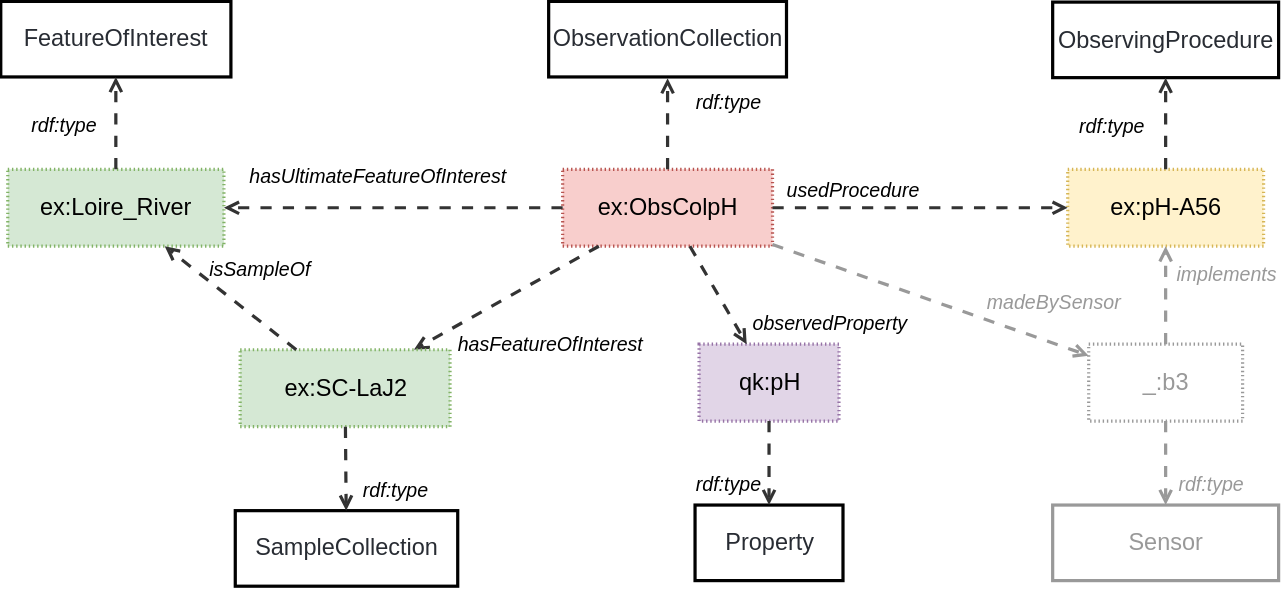
The draw.io diagram ssn/images/PlannedObservationCollection.svg in w3c/sdw-sosa-ssn, before a commit. Source tidied: cells renumbered, new cells last; positions are measured from the earlier drawing's top-left corner, leaving out a move shared by most shapes.
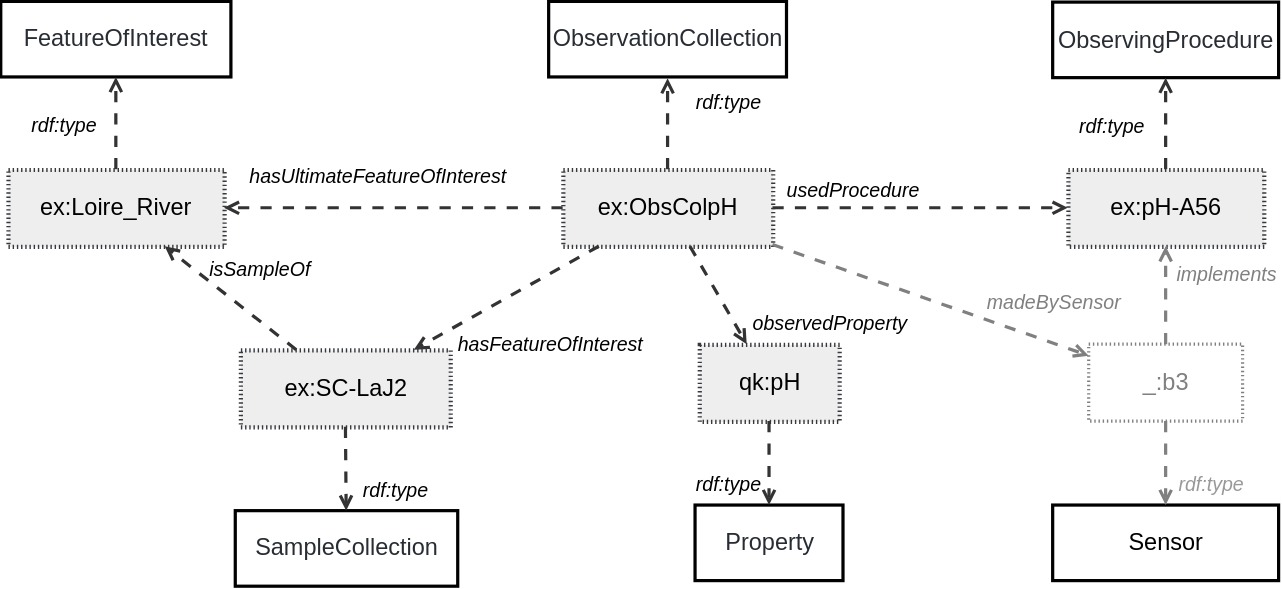
After the change.

The edit, as a diff of the source:
```diff
@@ -2,7 +2,7 @@
   <root>
     <mxCell id="0" />
     <mxCell id="1" parent="0" />
-    <mxCell id="2" value="ex:ObsColpH" style="html=1;overflow=block;blockSpacing=1;whiteSpace=wrap;fontSize=16.8;align=center;spacing=0;strokeOpacity=100;fillColor=#f8cecc;dashed=1;fixDash=1;dashPattern=1 2;strokeWidth=2.3;strokeColor=#b85450;" parent="1" vertex="1">
+    <mxCell id="2" value="ex:ObsColpH" style="html=1;overflow=block;blockSpacing=1;whiteSpace=wrap;fontSize=16.8;align=center;spacing=0;strokeOpacity=100;fillColor=#eeeeee;dashed=1;fixDash=1;dashPattern=1 2;strokeWidth=3;strokeColor=#36393d;" parent="1" vertex="1">
       <mxGeometry x="402" y="120" width="150" height="55" as="geometry" />
     </mxCell>
     <mxCell id="3" value="ObservationCollection" style="html=1;overflow=block;blockSpacing=1;whiteSpace=wrap;fontSize=16.8;fontColor=#282c33;align=center;spacing=0;strokeOpacity=100;fillColor=none;strokeWidth=2.3;" parent="1" vertex="1">
@@ -14,7 +14,7 @@
     <mxCell id="5" value="rdf:type" style="html=1;overflow=block;blockSpacing=1;whiteSpace=wrap;fontSize=14;fontStyle=2;align=center;spacing=0;strokeColor=none;strokeOpacity=100;fillOpacity=100;fillColor=none;strokeWidth=2.3;lucidId=ZyNQdXScJ7d8;" parent="1" vertex="1">
       <mxGeometry x="483" y="57" width="75" height="30" as="geometry" />
     </mxCell>
-    <mxCell id="6" value="ex:Loire_River" style="html=1;overflow=block;blockSpacing=1;whiteSpace=wrap;fontSize=16.8;align=center;spacing=0;strokeOpacity=100;fillColor=#d5e8d4;dashed=1;fixDash=1;dashPattern=1 2;strokeWidth=2.3;strokeColor=#82b366;" parent="1" vertex="1">
+    <mxCell id="6" value="ex:Loire_River" style="html=1;overflow=block;blockSpacing=1;whiteSpace=wrap;fontSize=16.8;align=center;spacing=0;strokeOpacity=100;fillColor=#eeeeee;dashed=1;fixDash=1;dashPattern=1 2;strokeWidth=3;strokeColor=#36393d;" parent="1" vertex="1">
       <mxGeometry x="5.4" y="120" width="154.5" height="55" as="geometry" />
     </mxCell>
     <mxCell id="7" style="html=1;jettySize=18;whiteSpace=wrap;fontSize=13;strokeColor=#333333;strokeOpacity=100;dashed=1;fixDash=1;dashPattern=8 8;strokeWidth=2.3;rounded=0;arcSize=24;startArrow=none;endArrow=open;lucidId=a.MQUB3mGXbf;exitX=0;exitY=0.5;exitDx=0;exitDy=0;" parent="1" edge="1" source="2" target="6">
@@ -41,7 +41,7 @@
     <mxCell id="14" value="hasFeatureOfInterest" style="html=1;overflow=block;blockSpacing=1;whiteSpace=wrap;fontSize=14;fontStyle=2;align=center;spacing=0;strokeColor=none;strokeOpacity=100;fillOpacity=100;fillColor=none;strokeWidth=2.3;lucidId=a.MQIzYVmevB;" parent="1" vertex="1">
       <mxGeometry x="327" y="230" width="75" height="30" as="geometry" />
     </mxCell>
-    <mxCell id="15" value="ex:pH-A56" style="html=1;overflow=block;blockSpacing=1;whiteSpace=wrap;fontSize=16.8;align=center;spacing=0;strokeOpacity=100;fillColor=#fff2cc;dashed=1;fixDash=1;dashPattern=1 2;strokeWidth=2.3;strokeColor=#d6b656;" parent="1" vertex="1">
+    <mxCell id="15" value="ex:pH-A56" style="html=1;overflow=block;blockSpacing=1;whiteSpace=wrap;fontSize=16.8;align=center;spacing=0;strokeOpacity=100;fillColor=#eeeeee;dashed=1;fixDash=1;dashPattern=1 2;strokeWidth=3;strokeColor=#36393d;" parent="1" vertex="1">
       <mxGeometry x="763" y="120" width="140" height="55" as="geometry" />
     </mxCell>
     <mxCell id="16" value="ObservingProcedure" style="html=1;overflow=block;blockSpacing=1;whiteSpace=wrap;fontSize=16.8;fontColor=#282c33;align=center;spacing=0;strokeOpacity=100;fillColor=none;strokeWidth=2.3;" parent="1" vertex="1">
@@ -56,7 +56,7 @@
     <mxCell id="19" value="usedProcedure" style="html=1;overflow=block;blockSpacing=1;whiteSpace=wrap;fontSize=14;fontStyle=2;align=center;spacing=0;strokeColor=none;strokeOpacity=100;fillOpacity=100;fillColor=none;strokeWidth=2.3;lucidId=ZyNQdXScJ7d8;" parent="1" vertex="1">
       <mxGeometry x="562" y="120" width="75" height="30" as="geometry" />
     </mxCell>
-    <mxCell id="20" value="ex:SC-LaJ2" style="html=1;overflow=block;blockSpacing=1;whiteSpace=wrap;fontSize=16.8;align=center;spacing=0;strokeOpacity=100;fillColor=#d5e8d4;dashed=1;fixDash=1;dashPattern=1 2;strokeWidth=2.3;strokeColor=#82b366;" parent="1" vertex="1">
+    <mxCell id="20" value="ex:SC-LaJ2" style="html=1;overflow=block;blockSpacing=1;whiteSpace=wrap;fontSize=16.8;align=center;spacing=0;strokeOpacity=100;fillColor=#eeeeee;dashed=1;fixDash=1;dashPattern=1 2;strokeWidth=3;strokeColor=#36393d;" parent="1" vertex="1">
       <mxGeometry x="171.5" y="249" width="150" height="55" as="geometry" />
     </mxCell>
     <mxCell id="21" value="SampleCollection" style="html=1;overflow=block;blockSpacing=1;whiteSpace=wrap;fontSize=16.8;fontColor=#282c33;align=center;spacing=0;strokeOpacity=100;fillColor=none;strokeWidth=2.3;" parent="1" vertex="1">
@@ -77,7 +77,7 @@
     <mxCell id="26" value="rdf:type" style="html=1;overflow=block;blockSpacing=1;whiteSpace=wrap;fontSize=14;fontStyle=2;align=center;spacing=0;strokeColor=none;strokeOpacity=100;fillOpacity=100;fillColor=none;strokeWidth=2.3;lucidId=ZyNQdXScJ7d8;" parent="1" vertex="1">
       <mxGeometry x="483" y="330" width="75" height="30" as="geometry" />
     </mxCell>
-    <mxCell id="27" value="qk:pH" style="html=1;overflow=block;blockSpacing=1;whiteSpace=wrap;fontSize=16.8;align=center;spacing=0;strokeOpacity=100;fillColor=#e1d5e7;dashed=1;fixDash=1;dashPattern=1 2;strokeWidth=2.3;strokeColor=#9673a6;" parent="1" vertex="1">
+    <mxCell id="27" value="qk:pH" style="html=1;overflow=block;blockSpacing=1;whiteSpace=wrap;fontSize=16.8;align=center;spacing=0;strokeOpacity=100;fillColor=#eeeeee;dashed=1;fixDash=1;dashPattern=1 2;strokeWidth=3;strokeColor=#36393d;" parent="1" vertex="1">
       <mxGeometry x="499.5" y="245" width="100" height="55" as="geometry" />
     </mxCell>
     <mxCell id="28" value="Property" style="html=1;overflow=block;blockSpacing=1;whiteSpace=wrap;fontSize=16.8;fontColor=#282c33;align=center;spacing=0;strokeOpacity=100;fillColor=none;strokeWidth=2.3;" parent="1" vertex="1">
@@ -95,25 +95,25 @@
     <mxCell id="32" value="rdf:type" style="html=1;overflow=block;blockSpacing=1;whiteSpace=wrap;fontSize=14;fontStyle=2;align=center;spacing=0;strokeColor=none;strokeOpacity=100;fillOpacity=100;fillColor=none;strokeWidth=2.3;lucidId=ZyNQdXScJ7d8;fontColor=#999999;" parent="1" vertex="1">
       <mxGeometry x="828" y="330" width="75" height="30" as="geometry" />
     </mxCell>
-    <mxCell id="33" value="_:b3" style="html=1;overflow=block;blockSpacing=1;whiteSpace=wrap;fontSize=16.8;align=center;spacing=0;strokeOpacity=100;fillColor=none;dashed=1;fixDash=1;dashPattern=1 2;strokeWidth=2.3;strokeColor=#999999;fontColor=#999999;" parent="1" vertex="1">
+    <mxCell id="33" value="_:b3" style="html=1;overflow=block;blockSpacing=1;whiteSpace=wrap;fontSize=16.8;align=center;spacing=0;strokeOpacity=100;fillColor=none;dashed=1;fixDash=1;dashPattern=1 2;strokeWidth=2.3;strokeColor=#808080;fontColor=#808080;" parent="1" vertex="1">
       <mxGeometry x="778" y="245" width="110" height="55" as="geometry" />
     </mxCell>
-    <mxCell id="34" value="Sensor" style="html=1;overflow=block;blockSpacing=1;whiteSpace=wrap;fontSize=16.8;fontColor=#999999;align=center;spacing=0;strokeOpacity=100;fillColor=none;strokeWidth=2.3;strokeColor=#999999;" parent="1" vertex="1">
+    <mxCell id="34" value="Sensor" style="html=1;overflow=block;blockSpacing=1;whiteSpace=wrap;fontSize=16.8;fontColor=#000000;align=center;spacing=0;strokeOpacity=100;fillColor=none;strokeWidth=2.3;strokeColor=#000000;" parent="1" vertex="1">
       <mxGeometry x="752.2" y="360" width="161.5" height="54" as="geometry" />
     </mxCell>
-    <mxCell id="35" style="html=1;jettySize=18;whiteSpace=wrap;fontSize=13;strokeColor=#999999;strokeOpacity=100;dashed=1;fixDash=1;dashPattern=8 8;strokeWidth=2.3;rounded=1;arcSize=24;startArrow=none;endArrow=open;lucidId=NyNQDuX1wnY7;fontColor=#999999;" parent="1" edge="1" source="33" target="34">
+    <mxCell id="35" style="html=1;jettySize=18;whiteSpace=wrap;fontSize=13;strokeColor=#808080;strokeOpacity=100;dashed=1;fixDash=1;dashPattern=8 8;strokeWidth=2.3;rounded=1;arcSize=24;startArrow=none;endArrow=open;lucidId=NyNQDuX1wnY7;fontColor=#999999;" parent="1" edge="1" source="33" target="34">
       <mxGeometry relative="1" as="geometry" />
     </mxCell>
-    <mxCell id="36" style="html=1;jettySize=18;whiteSpace=wrap;fontSize=13;strokeColor=#999999;strokeOpacity=100;dashed=1;fixDash=1;dashPattern=8 8;strokeWidth=2.3;rounded=1;arcSize=24;startArrow=none;endArrow=open;lucidId=NyNQDuX1wnY7;fontColor=#999999;" parent="1" edge="1" source="33" target="15">
+    <mxCell id="36" style="html=1;jettySize=18;whiteSpace=wrap;fontSize=13;strokeColor=#808080;strokeOpacity=100;dashed=1;fixDash=1;dashPattern=8 8;strokeWidth=2.3;rounded=1;arcSize=24;startArrow=none;endArrow=open;lucidId=NyNQDuX1wnY7;fontColor=#999999;" parent="1" edge="1" source="33" target="15">
       <mxGeometry relative="1" as="geometry" />
     </mxCell>
-    <mxCell id="37" value="implements" style="html=1;overflow=block;blockSpacing=1;whiteSpace=wrap;fontSize=14;fontStyle=2;align=center;spacing=0;strokeColor=none;strokeOpacity=100;fillOpacity=100;fillColor=none;strokeWidth=2.3;lucidId=ZyNQdXScJ7d8;fontColor=#999999;" parent="1" vertex="1">
+    <mxCell id="37" value="implements" style="html=1;overflow=block;blockSpacing=1;whiteSpace=wrap;fontSize=14;fontStyle=2;align=center;spacing=0;strokeColor=none;strokeOpacity=100;fillOpacity=100;fillColor=none;strokeWidth=2.3;lucidId=ZyNQdXScJ7d8;fontColor=#808080;" parent="1" vertex="1">
       <mxGeometry x="838.8" y="180" width="75" height="30" as="geometry" />
     </mxCell>
-    <mxCell id="38" style="html=1;jettySize=18;whiteSpace=wrap;fontSize=13;strokeColor=#999999;strokeOpacity=100;dashed=1;fixDash=1;dashPattern=8 8;strokeWidth=2.3;rounded=1;arcSize=24;startArrow=none;endArrow=open;lucidId=NyNQDuX1wnY7;fontColor=#999999;" parent="1" edge="1" source="2" target="33">
+    <mxCell id="38" style="html=1;jettySize=18;whiteSpace=wrap;fontSize=13;strokeColor=#808080;strokeOpacity=100;dashed=1;fixDash=1;dashPattern=8 8;strokeWidth=2.3;rounded=1;arcSize=24;startArrow=none;endArrow=open;lucidId=NyNQDuX1wnY7;fontColor=#999999;" parent="1" edge="1" source="2" target="33">
       <mxGeometry relative="1" as="geometry" />
     </mxCell>
-    <mxCell id="39" value="madeBySensor" style="html=1;overflow=block;blockSpacing=1;whiteSpace=wrap;fontSize=14;fontStyle=2;align=center;spacing=0;strokeColor=none;strokeOpacity=100;fillOpacity=100;fillColor=none;strokeWidth=2.3;lucidId=ZyNQdXScJ7d8;fontColor=#999999;" parent="1" vertex="1">
+    <mxCell id="39" value="madeBySensor" style="html=1;overflow=block;blockSpacing=1;whiteSpace=wrap;fontSize=14;fontStyle=2;align=center;spacing=0;strokeColor=none;strokeOpacity=100;fillOpacity=100;fillColor=none;strokeWidth=2.3;lucidId=ZyNQdXScJ7d8;fontColor=#808080;" parent="1" vertex="1">
       <mxGeometry x="688" y="200" width="130" height="30" as="geometry" />
     </mxCell>
   </root>
```
